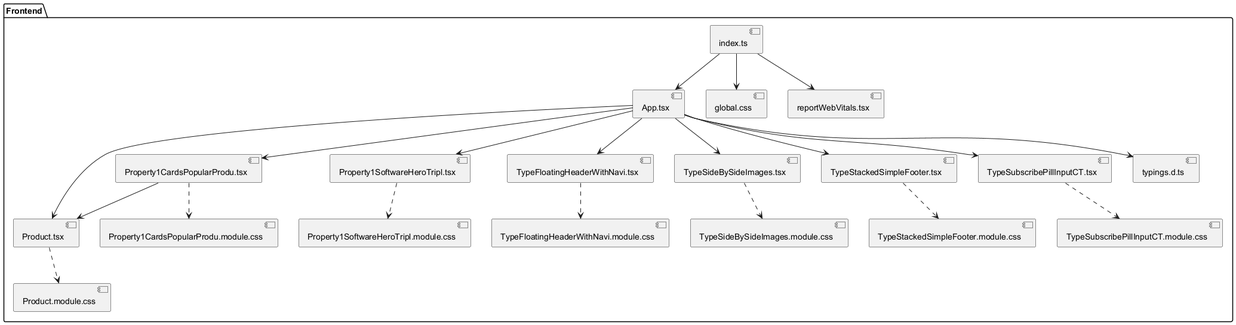
This is Diagramas/PNG/diagramaDeComponentesFrontEnd.png from wilmereleon/PlenaStudio, a PlantUML export, as it was before one commit.
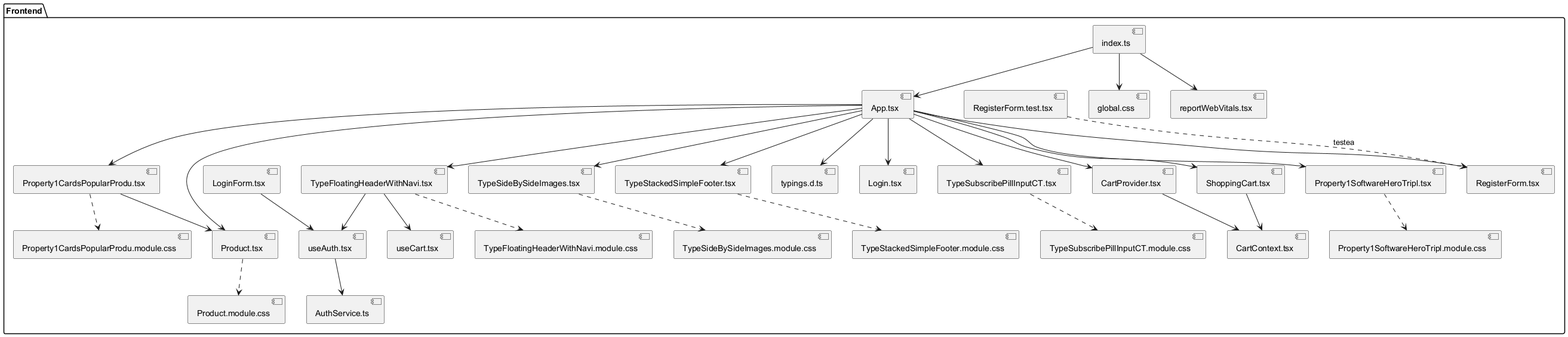
Later version of the same file.

Change to the diagram source:
```diff
@@ -1,4 +1,5 @@
 @startuml
+top to bottom direction
 package "Frontend" {
   [App.tsx] as App
   [Product.tsx] as Product
@@ -20,6 +21,17 @@
   [TypeSideBySideImages.module.css] as SideBySideImagesCSS
   [TypeStackedSimpleFooter.module.css] as StackedSimpleFooterCSS
   [TypeSubscribePillInputCT.module.css] as SubscribePillInputCTCSS
+
+  [RegisterForm.tsx] as RegisterForm
+  [Login.tsx] as Login
+  [LoginForm.tsx] as LoginForm
+  [ShoppingCart.tsx] as ShoppingCart
+  [CartContext.tsx] as CartContext
+  [CartProvider.tsx] as CartProvider
+  [useCart.tsx] as useCart
+  [useAuth.tsx] as useAuth
+  [AuthService.ts] as AuthService
+  [RegisterForm.test.tsx] as RegisterFormTest
 }
 
 App --> Product
@@ -29,6 +41,9 @@
 App --> TypeSideBySideImages
 App --> TypeStackedSimpleFooter
 App --> TypeSubscribePillInputCT
+App --> RegisterForm
+App --> Login
+App --> ShoppingCart
 
 Property1CardsPopularProdu --> Product
 
@@ -45,4 +60,14 @@
 IndexTS --> GlobalCSS
 App --> TypingsDTs
 
+App --> CartProvider
+CartProvider --> CartContext
+ShoppingCart --> CartContext
+TypeFloatingHeaderWithNavi --> useCart
+TypeFloatingHeaderWithNavi --> useAuth
+LoginForm --> useAuth
+useAuth --> AuthService
+
+RegisterFormTest ..> RegisterForm : testea
+
 @enduml
```
